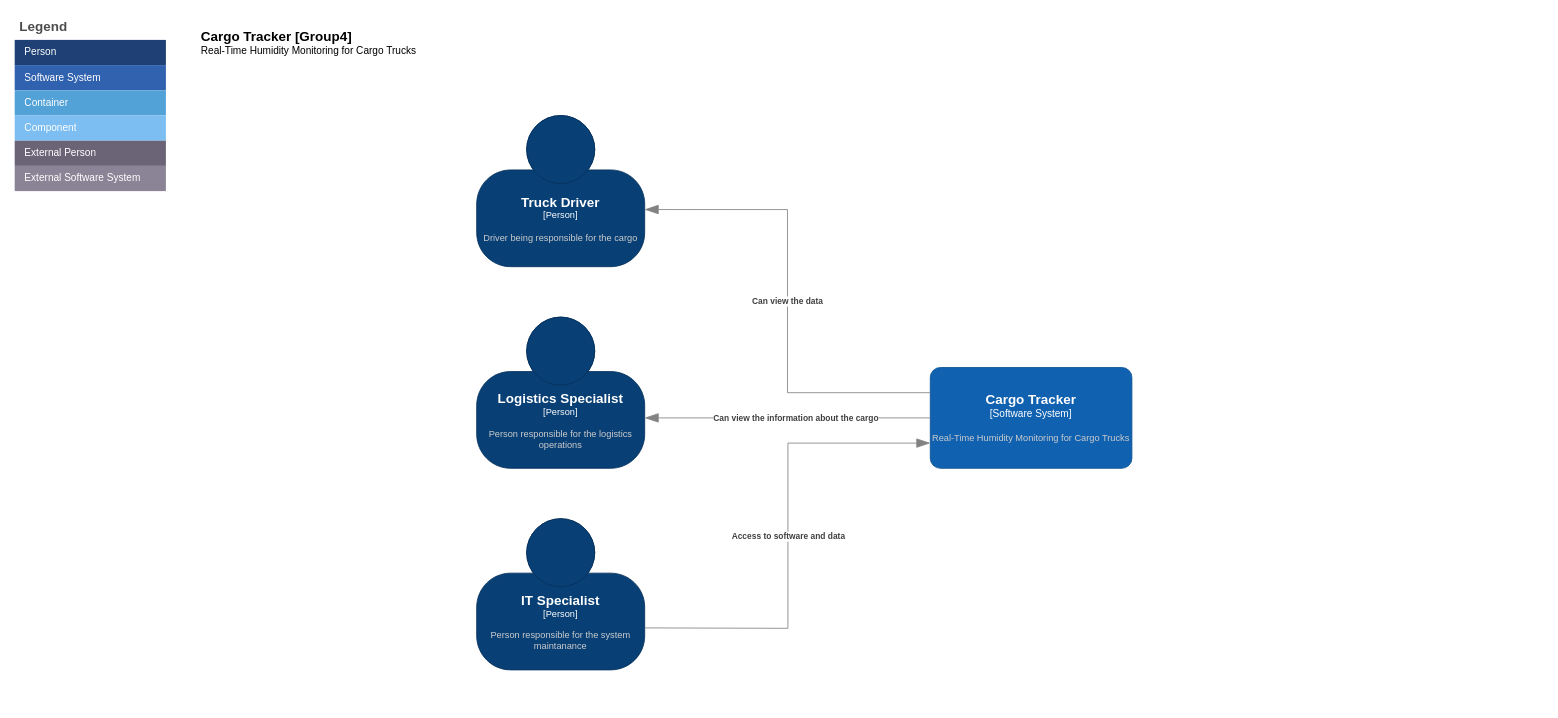
AKCDV/CargoTracker_Group4 keeps this draw.io diagram as page "Level 1 - Context Diagram" (1 of 3) of cargo_tracker.drawio. Above is the earlier version. Source tidied: cells renumbered, new cells numbered last; positions are measured from the earlier drawing's top-left corner, leaving out a move shared by most shapes. Both pictures are drawn from the tidied source at 84%, with x=0, y=0 at pixel (14, 14).
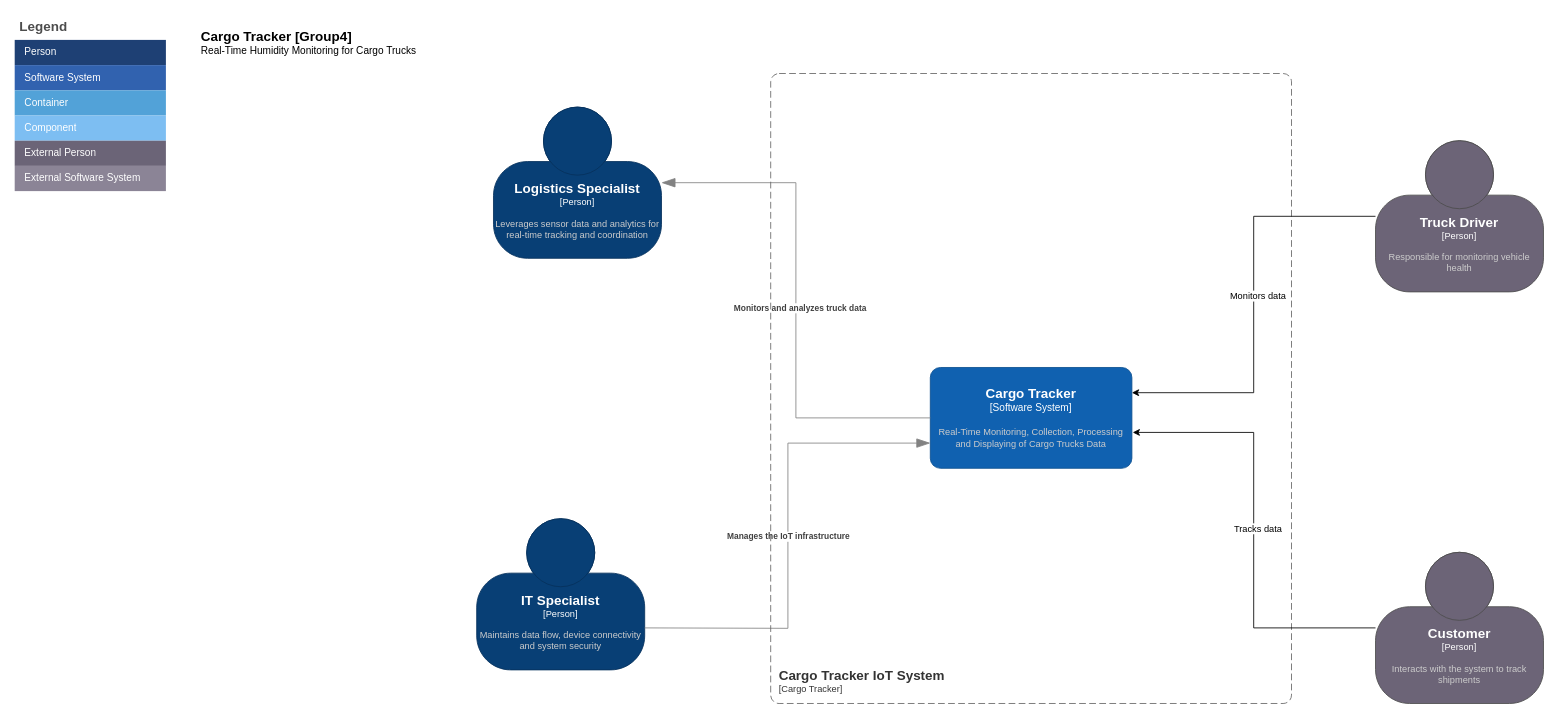
The same page after the edit.

What changed in the source:
```diff
@@
-    <object id="2" label="&lt;font style=&quot;font-size: 16px&quot;&gt;&lt;b&gt;%c4Name%&lt;/b&gt;&lt;/font&gt;&lt;div&gt;[%c4Type%]&lt;/div&gt;&lt;br&gt;&lt;div&gt;&lt;font style=&quot;font-size: 11px&quot;&gt;&lt;font color=&quot;#cccccc&quot;&gt;%c4Description%&lt;/font&gt;&lt;/div&gt;" c4Description="Real-Time Humidity Monitoring for Cargo Trucks" c4Name="Cargo Tracker" c4Type="Software System" placeholders="1">
+    <object id="2" label="&lt;font style=&quot;font-size: 16px&quot;&gt;&lt;b&gt;%c4Name%&lt;/b&gt;&lt;/font&gt;&lt;div&gt;[%c4Type%]&lt;/div&gt;&lt;br&gt;&lt;div&gt;&lt;font style=&quot;font-size: 11px&quot;&gt;&lt;font color=&quot;#cccccc&quot;&gt;%c4Description%&lt;/font&gt;&lt;/div&gt;" c4Description="Real-Time Monitoring, Collection, Processing and Displaying of Cargo Trucks Data" c4Name="Cargo Tracker" c4Type="Software System" placeholders="1">
       <mxCell style="rounded=1;whiteSpace=wrap;html=1;labelBackgroundColor=none;fillColor=#1061B0;fontColor=#ffffff;align=center;arcSize=10;strokeColor=#0D5091;points=[[0.25,0,0],[0.5,0,0],[0.75,0,0],[1,0.25,0],[1,0.5,0],[1,0.75,0],[0.75,1,0],[0.5,1,0],[0.25,1,0],[0,0.75,0],[0,0.5,0],[0,0.25,0]];" parent="1" vertex="1">
         <mxGeometry x="1090" y="420" width="240" height="120" as="geometry" />
       </mxCell>
     </object>
-    <object id="3" label="&lt;font style=&quot;font-size: 16px&quot;&gt;&lt;b&gt;%c4Name%&lt;/b&gt;&lt;/font&gt;&lt;div&gt;[%c4Type%]&lt;/div&gt;&lt;br&gt;&lt;div&gt;&lt;font style=&quot;font-size: 11px&quot;&gt;&lt;font color=&quot;#cccccc&quot;&gt;%c4Description%&lt;/font&gt;&lt;/div&gt;" c4Description="Driver being responsible for the cargo" c4Name="Truck Driver" c4Type="Person" placeholders="1">
-      <mxCell style="html=1;fontSize=11;dashed=0;whiteSpace=wrap;fillColor=#083F75;strokeColor=#06315C;fontColor=#ffffff;shape=mxgraph.c4.person2;align=center;points=[[0.5,0,0],[1,0.5,0],[1,0.75,0],[0.75,1,0],[0.5,1,0],[0.25,1,0],[0,0.75,0],[0,0.5,0]];" parent="1" vertex="1">
-        <mxGeometry x="550" y="120" width="200" height="180" as="geometry" />
-      </mxCell>
-    </object>
-    <object id="4" label="&lt;font style=&quot;font-size: 16px&quot;&gt;&lt;b&gt;%c4Name%&lt;/b&gt;&lt;/font&gt;&lt;div&gt;[%c4Type%]&lt;/div&gt;&lt;br&gt;&lt;div&gt;&lt;font style=&quot;font-size: 11px&quot;&gt;&lt;font color=&quot;#cccccc&quot;&gt;%c4Description%&lt;/font&gt;&lt;/div&gt;" c4Description="Person responsible for the logistics operations" c4Name="Logistics Specialist" c4Type="Person" placeholders="1">
+    <object id="4" label="&lt;font style=&quot;font-size: 16px&quot;&gt;&lt;b&gt;%c4Name%&lt;/b&gt;&lt;/font&gt;&lt;div&gt;[%c4Type%]&lt;/div&gt;&lt;br&gt;&lt;div&gt;&lt;font style=&quot;font-size: 11px&quot;&gt;&lt;font color=&quot;#cccccc&quot;&gt;%c4Description%&lt;/font&gt;&lt;/div&gt;" c4Description="Leverages sensor data and analytics for real-time tracking and coordination" c4Name="Logistics Specialist" c4Type="Person" placeholders="1">
       <mxCell style="html=1;fontSize=11;dashed=0;whiteSpace=wrap;fillColor=#083F75;strokeColor=#06315C;fontColor=#ffffff;shape=mxgraph.c4.person2;align=center;points=[[0.5,0,0],[1,0.5,0],[1,0.75,0],[0.75,1,0],[0.5,1,0],[0.25,1,0],[0,0.75,0],[0,0.5,0]];" parent="1" vertex="1">
-        <mxGeometry x="550" y="360" width="200" height="180" as="geometry" />
+        <mxGeometry x="570" y="110" width="200" height="180" as="geometry" />
       </mxCell>
     </object>
-    <object id="5" label="&lt;font style=&quot;font-size: 16px&quot;&gt;&lt;b&gt;%c4Name%&lt;/b&gt;&lt;/font&gt;&lt;div&gt;[%c4Type%]&lt;/div&gt;&lt;br&gt;&lt;div&gt;&lt;font style=&quot;font-size: 11px&quot;&gt;&lt;font color=&quot;#cccccc&quot;&gt;%c4Description%&lt;/font&gt;&lt;/div&gt;" c4Description="Person responsible for the system maintanance" c4Name="IT Specialist" c4Type="Person" placeholders="1">
+    <object id="5" label="&lt;font style=&quot;font-size: 16px&quot;&gt;&lt;b&gt;%c4Name%&lt;/b&gt;&lt;/font&gt;&lt;div&gt;[%c4Type%]&lt;/div&gt;&lt;br&gt;&lt;div&gt;&lt;font style=&quot;font-size: 11px&quot;&gt;&lt;font color=&quot;#cccccc&quot;&gt;%c4Description%&lt;/font&gt;&lt;/div&gt;" c4Description="Maintains data flow, device connectivity and system security" c4Name="IT Specialist" c4Type="Person" placeholders="1">
       <mxCell style="html=1;fontSize=11;dashed=0;whiteSpace=wrap;fillColor=#083F75;strokeColor=#06315C;fontColor=#ffffff;shape=mxgraph.c4.person2;align=center;" parent="1" vertex="1">
         <mxGeometry x="550" y="600" width="200" height="180" as="geometry" />
       </mxCell>
     </object>
-    <object id="6" label="&lt;div style=&quot;text-align: left&quot;&gt;&lt;div style=&quot;text-align: center&quot;&gt;&lt;b&gt;%c4Description%&lt;/b&gt;&lt;/div&gt;" c4Description="Can view the data" placeholders="1">
-      <mxCell style="endArrow=blockThin;html=1;fontSize=10;fontColor=#404040;strokeWidth=1;endFill=1;strokeColor=#828282;elbow=vertical;endSize=14;startSize=14;jumpStyle=arc;jumpSize=16;rounded=0;edgeStyle=orthogonalEdgeStyle;entryX=1;entryY=0.622;entryDx=0;entryDy=0;entryPerimeter=0;" parent="1" edge="1" source="2" target="3">
-        <mxGeometry relative="1" as="geometry">
-          <Array as="points">
-            <mxPoint x="920" y="450" />
-            <mxPoint x="920" y="232" />
-          </Array>
-        </mxGeometry>
-      </mxCell>
-    </object>
-    <object id="7" label="&lt;div style=&quot;text-align: left&quot;&gt;&lt;div style=&quot;text-align: center&quot;&gt;&lt;b&gt;%c4Description%&lt;/b&gt;&lt;/div&gt;" c4Description="Can view the information about the cargo" placeholders="1">
-      <mxCell style="endArrow=blockThin;html=1;fontSize=10;fontColor=#404040;strokeWidth=1;endFill=1;strokeColor=#828282;elbow=vertical;endSize=14;startSize=14;jumpStyle=arc;jumpSize=16;rounded=0;edgeStyle=orthogonalEdgeStyle;" parent="1" edge="1" source="2">
+    <object id="7" label="&lt;div style=&quot;text-align: left&quot;&gt;&lt;div style=&quot;text-align: center&quot;&gt;&lt;b&gt;%c4Description%&lt;/b&gt;&lt;/div&gt;" c4Description="Monitors and analyzes truck data" placeholders="1">
+      <mxCell style="endArrow=blockThin;html=1;fontSize=10;fontColor=#404040;strokeWidth=1;endFill=1;strokeColor=#828282;elbow=vertical;endSize=14;startSize=14;jumpStyle=arc;jumpSize=16;rounded=0;edgeStyle=orthogonalEdgeStyle;entryX=1;entryY=0.5;entryDx=0;entryDy=0;entryPerimeter=0;" parent="1" edge="1" source="2" target="4">
         <mxGeometry x="-0.03" relative="1" as="geometry">
-          <mxPoint x="750" y="480" as="targetPoint" />
           <mxPoint x="5" as="offset" />
         </mxGeometry>
       </mxCell>
     </object>
-    <object id="8" label="&lt;div style=&quot;text-align: left&quot;&gt;&lt;div style=&quot;text-align: center&quot;&gt;&lt;b&gt;%c4Description%&lt;/b&gt;&lt;/div&gt;" c4Description="Access to software and data" placeholders="1">
+    <object id="8" label="&lt;div style=&quot;text-align: left&quot;&gt;&lt;div style=&quot;text-align: center&quot;&gt;&lt;b&gt;%c4Description%&lt;/b&gt;&lt;/div&gt;" c4Description="Manages the IoT infrastructure" placeholders="1">
       <mxCell style="endArrow=blockThin;html=1;fontSize=10;fontColor=#404040;strokeWidth=1;endFill=1;strokeColor=#828282;elbow=vertical;endSize=14;startSize=14;jumpStyle=arc;jumpSize=16;rounded=0;edgeStyle=orthogonalEdgeStyle;entryX=0;entryY=0.75;entryDx=0;entryDy=0;entryPerimeter=0;" parent="1" edge="1" target="2">
         <mxGeometry relative="1" as="geometry">
           <mxPoint x="750" y="730" as="sourcePoint" />
         </mxGeometry>
       </mxCell>
     </object>
@@
+    <object id="23" label="&lt;font style=&quot;font-size: 16px&quot;&gt;&lt;b&gt;&lt;div style=&quot;text-align: left&quot;&gt;%c4Name%&lt;/div&gt;&lt;/b&gt;&lt;/font&gt;&lt;div style=&quot;text-align: left&quot;&gt;[%c4Application%]&lt;/div&gt;" c4Application="Cargo Tracker" c4Name="Cargo Tracker IoT System" placeholders="1">
+      <mxCell style="rounded=1;fontSize=11;whiteSpace=wrap;html=1;dashed=1;arcSize=20;fillColor=none;strokeColor=#666666;fontColor=#333333;labelBackgroundColor=none;align=left;verticalAlign=bottom;labelBorderColor=none;spacingTop=0;spacing=10;dashPattern=8 4;perimeter=rectanglePerimeter;noLabel=0;labelPadding=0;absoluteArcSize=1;shadow=0;" parent="1" vertex="1">
+        <mxGeometry x="900" y="70" width="620" height="750" as="geometry" />
+      </mxCell>
+    </object>
+    <object id="24" label="&lt;font style=&quot;font-size: 16px&quot;&gt;&lt;b&gt;%c4Name%&lt;/b&gt;&lt;/font&gt;&lt;div&gt;[%c4Type%]&lt;/div&gt;&lt;br&gt;&lt;div&gt;&lt;font style=&quot;font-size: 11px&quot;&gt;&lt;font color=&quot;#cccccc&quot;&gt;%c4Description%&lt;/font&gt;&lt;/div&gt;" c4Description="Responsible for monitoring vehicle health" c4Name="Truck Driver" c4Type="Person" placeholders="1">
+      <mxCell style="html=1;fontSize=11;dashed=0;whiteSpace=wrap;fillColor=#6C6477;strokeColor=#4D4D4D;fontColor=#ffffff;shape=mxgraph.c4.person2;align=center;points=[[0.5,0,0],[1,0.5,0],[1,0.75,0],[0.75,1,0],[0.5,1,0],[0.25,1,0],[0,0.75,0],[0,0.5,0]];" parent="1" vertex="1">
+        <mxGeometry x="1620" y="150" width="200" height="180" as="geometry" />
+      </mxCell>
+    </object>
+    <object id="25" label="&lt;font style=&quot;font-size: 16px&quot;&gt;&lt;b&gt;%c4Name%&lt;/b&gt;&lt;/font&gt;&lt;div&gt;[%c4Type%]&lt;/div&gt;&lt;br&gt;&lt;div&gt;&lt;font style=&quot;font-size: 11px&quot;&gt;&lt;font color=&quot;#cccccc&quot;&gt;%c4Description%&lt;/font&gt;&lt;/div&gt;" c4Description="Interacts with the system to track shipments" c4Name="Customer" c4Type="Person" placeholders="1">
+      <mxCell style="html=1;fontSize=11;dashed=0;whiteSpace=wrap;fillColor=#6C6477;strokeColor=#4D4D4D;fontColor=#ffffff;shape=mxgraph.c4.person2;align=center;points=[[0.5,0,0],[1,0.5,0],[1,0.75,0],[0.75,1,0],[0.5,1,0],[0.25,1,0],[0,0.75,0],[0,0.5,0]];" parent="1" vertex="1">
+        <mxGeometry x="1620" y="640" width="200" height="180" as="geometry" />
+      </mxCell>
+    </object>
+    <mxCell id="26" style="edgeStyle=orthogonalEdgeStyle;rounded=0;jettySize=auto;html=1;entryX=1;entryY=0.25;entryDx=0;entryDy=0;entryPerimeter=0;" parent="1" edge="1" source="24" target="2">
+      <mxGeometry relative="1" as="geometry" />
+    </mxCell>
+    <mxCell id="27" value="Monitors data" style="edgeLabel;html=1;align=center;verticalAlign=middle;" parent="26" vertex="1">
+      <mxGeometry x="-0.04" y="4" relative="1" as="geometry">
+        <mxPoint y="-1" as="offset" />
+      </mxGeometry>
+    </mxCell>
+    <mxCell id="28" style="edgeStyle=orthogonalEdgeStyle;rounded=0;jettySize=auto;html=1;entryX=1.004;entryY=0.644;entryDx=0;entryDy=0;entryPerimeter=0;" parent="1" edge="1" source="25" target="2">
+      <mxGeometry relative="1" as="geometry" />
+    </mxCell>
+    <mxCell id="29" value="Tracks data" style="edgeLabel;html=1;align=center;verticalAlign=middle;" parent="28" vertex="1">
+      <mxGeometry x="0.01" y="-4" relative="1" as="geometry">
+        <mxPoint y="-1" as="offset" />
+      </mxGeometry>
+    </mxCell>
```
